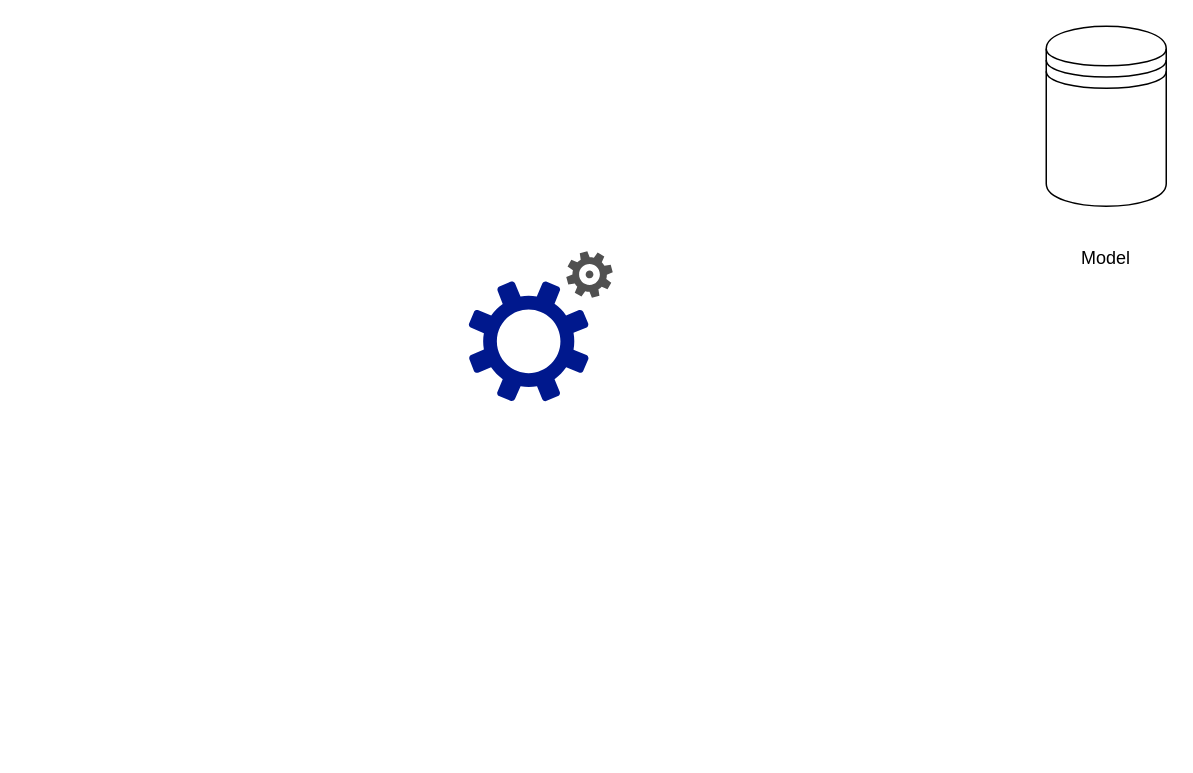
Siluearsene/borne_biometrique keeps this draw.io diagram as static/Diagramme sans nom.drawio. Above is the earlier version. Source tidied: cells renumbered, new cells numbered last; positions are measured from the earlier drawing's top-left corner, leaving out a move shared by most shapes. Both pictures are drawn from the tidied source at 150%, with x=0, y=0 at pixel (468, 26).
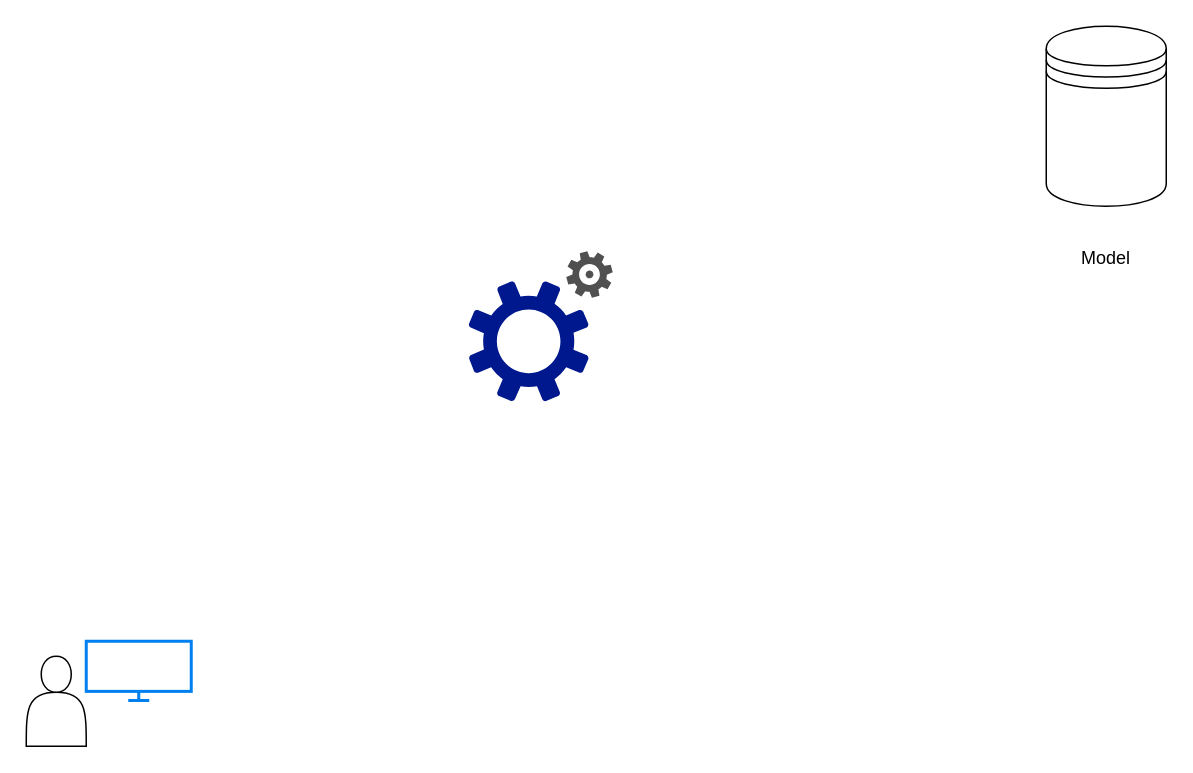
The same diagram, later.

Commit message (it also covers changes not shown here):
Mettre à jour Diagramme sans nom.drawio

The edit, as a diff of the source:
```diff
@@
 <mxGraphModel>
   <root>
     <mxCell id="0" />
     <mxCell id="1" parent="0" />
     <mxCell id="2" style="shape=datastore;whiteSpace=wrap;html=1;" parent="1" vertex="1">
       <mxGeometry x="385" width="80" height="120" as="geometry" />
     </mxCell>
     <mxCell id="3" value="Model" style="text;html=1;strokeColor=none;fillColor=none;align=center;verticalAlign=middle;whiteSpace=wrap;rounded=0;" parent="1" vertex="1">
       <mxGeometry x="395" y="140" width="60" height="30" as="geometry" />
     </mxCell>
     <mxCell id="4" style="sketch=0;shadow=0;dashed=0;html=1;strokeColor=none;fillColor=#505050;labelPosition=center;verticalLabelPosition=bottom;verticalAlign=top;align=center;shape=mxgraph.office.concepts.settings_office_365;" parent="1" vertex="1">
       <mxGeometry x="65" y="150" width="31" height="31" as="geometry" />
     </mxCell>
     <mxCell id="5" style="sketch=0;shadow=0;dashed=0;html=1;strokeColor=none;labelPosition=center;verticalLabelPosition=bottom;verticalAlign=top;align=center;fillColor=#00188D;shape=mxgraph.mscae.enterprise.settings;" parent="1" vertex="1">
       <mxGeometry y="170" width="80" height="80" as="geometry" />
     </mxCell>
+    <mxCell id="6" style="shape=actor;whiteSpace=wrap;html=1;" parent="1" vertex="1">
+      <mxGeometry x="-295" y="420" width="40" height="60" as="geometry" />
+    </mxCell>
+    <mxCell id="7" style="html=1;verticalLabelPosition=bottom;align=center;labelBackgroundColor=#ffffff;verticalAlign=top;strokeWidth=2;strokeColor=#0080F0;shadow=0;dashed=0;shape=mxgraph.ios7.icons.monitor;" parent="1" vertex="1">
+      <mxGeometry x="-255" y="410" width="70" height="39.5" as="geometry" />
+    </mxCell>
   </root>
 </mxGraphModel>
```
